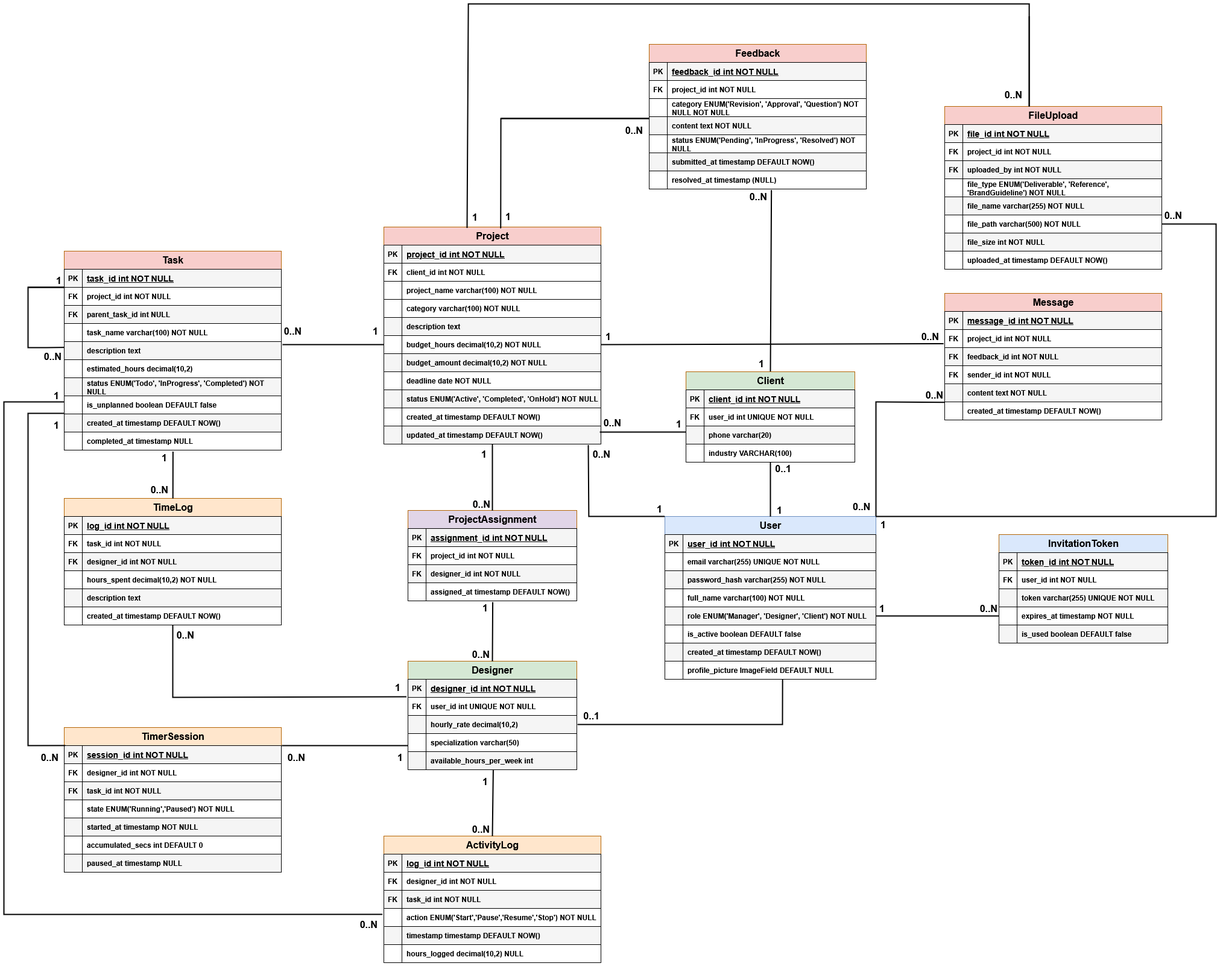
This is docs/diagrams/EntityRealtionship.drawio.png from mahdi000666/DesignFlow, a draw.io export, as it was before one commit. Source tidied: cells renumbered, new cells last; positions are measured from the earlier drawing's top-left corner, leaving out a move shared by most shapes.
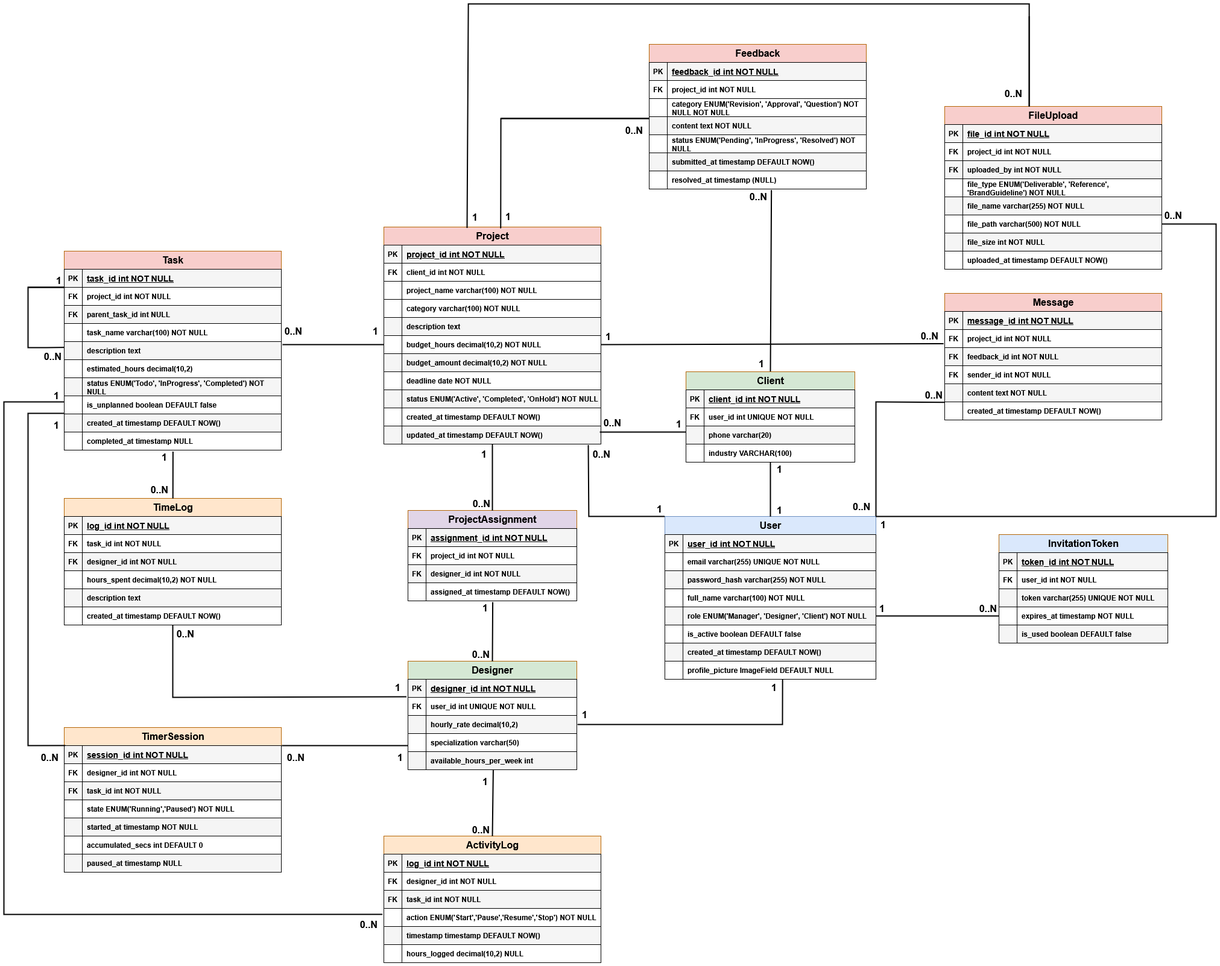
Above is the later version.

What changed in the source:
```diff
@@ -614,11 +614,6 @@
         <mxPoint x="-16" y="24" as="offset" />
       </mxGeometry>
     </mxCell>
-    <mxCell id="202" value="0..1" style="html=1;whiteSpace=wrap;align=right;verticalAlign=bottom;fillStyle=auto;strokeColor=#6c8ebf;swimlaneFillColor=default;fontFamily=Helvetica;fontSize=16;fontColor=default;fontStyle=1;labelBorderColor=none;labelBackgroundColor=none;fillColor=#dae8fc;gradientColor=none;" parent="200" vertex="1">
-      <mxGeometry x="1" relative="1" as="geometry">
-        <mxPoint x="36" y="-4" as="offset" />
-      </mxGeometry>
-    </mxCell>
     <mxCell id="203" style="endArrow=none;html=1;rounded=0;fontFamily=Helvetica;fontSize=12;fontColor=default;fontStyle=1;labelBorderColor=none;labelBackgroundColor=none;strokeWidth=2;exitX=0;exitY=0.5;exitDx=0;exitDy=0;" parent="1" edge="1" source="132">
       <mxGeometry relative="1" as="geometry">
         <mxPoint x="462" y="565" as="targetPoint" />
@@ -826,9 +821,9 @@
         <mxPoint x="9" as="offset" />
       </mxGeometry>
     </mxCell>
-    <mxCell id="261" value="0..1" style="html=1;whiteSpace=wrap;align=right;verticalAlign=bottom;fillStyle=auto;strokeColor=#6c8ebf;swimlaneFillColor=default;fontFamily=Helvetica;fontSize=16;fontColor=default;fontStyle=1;labelBorderColor=none;labelBackgroundColor=none;fillColor=#dae8fc;gradientColor=none;" parent="259" vertex="1">
+    <mxCell id="261" value="1" style="html=1;whiteSpace=wrap;align=right;verticalAlign=bottom;fillStyle=auto;strokeColor=#6c8ebf;swimlaneFillColor=default;fontFamily=Helvetica;fontSize=16;fontColor=default;fontStyle=1;labelBorderColor=none;labelBackgroundColor=none;fillColor=#dae8fc;gradientColor=none;" parent="259" vertex="1">
       <mxGeometry x="1" relative="1" as="geometry">
-        <mxPoint x="35" y="22" as="offset" />
+        <mxPoint x="20" y="22" as="offset" />
       </mxGeometry>
     </mxCell>
     <mxCell id="262" style="endArrow=none;html=1;rounded=0;fontFamily=Helvetica;fontSize=12;fontColor=default;fontStyle=1;labelBorderColor=none;labelBackgroundColor=none;strokeWidth=2;exitX=-0.001;exitY=0.258;exitDx=0;exitDy=0;exitPerimeter=0;entryX=0.995;entryY=0.335;entryDx=0;entryDy=0;entryPerimeter=0;" parent="1" edge="1" target="147">
@@ -1164,5 +1159,15 @@
         <mxPoint x="-8" y="27" as="offset" />
       </mxGeometry>
     </mxCell>
+    <mxCell id="339" value="1" style="html=1;whiteSpace=wrap;align=left;verticalAlign=bottom;fillStyle=auto;strokeColor=#6c8ebf;swimlaneFillColor=default;fontFamily=Helvetica;fontSize=16;fontColor=default;fontStyle=1;labelBorderColor=none;labelBackgroundColor=none;fillColor=#dae8fc;gradientColor=none;" parent="1" vertex="1">
+      <mxGeometry x="1307" y="1145" as="geometry">
+        <mxPoint x="-36" y="-1" as="offset" />
+      </mxGeometry>
+    </mxCell>
+    <mxCell id="340" value="1" style="html=1;whiteSpace=wrap;align=left;verticalAlign=bottom;fillStyle=auto;strokeColor=#6c8ebf;swimlaneFillColor=default;fontFamily=Helvetica;fontSize=16;fontColor=default;fontStyle=1;labelBorderColor=none;labelBackgroundColor=none;fillColor=#dae8fc;gradientColor=none;" parent="1" vertex="1">
+      <mxGeometry x="976" y="1182" as="geometry">
+        <mxPoint x="-19" y="7" as="offset" />
+      </mxGeometry>
+    </mxCell>
   </root>
 </mxGraphModel>
```
